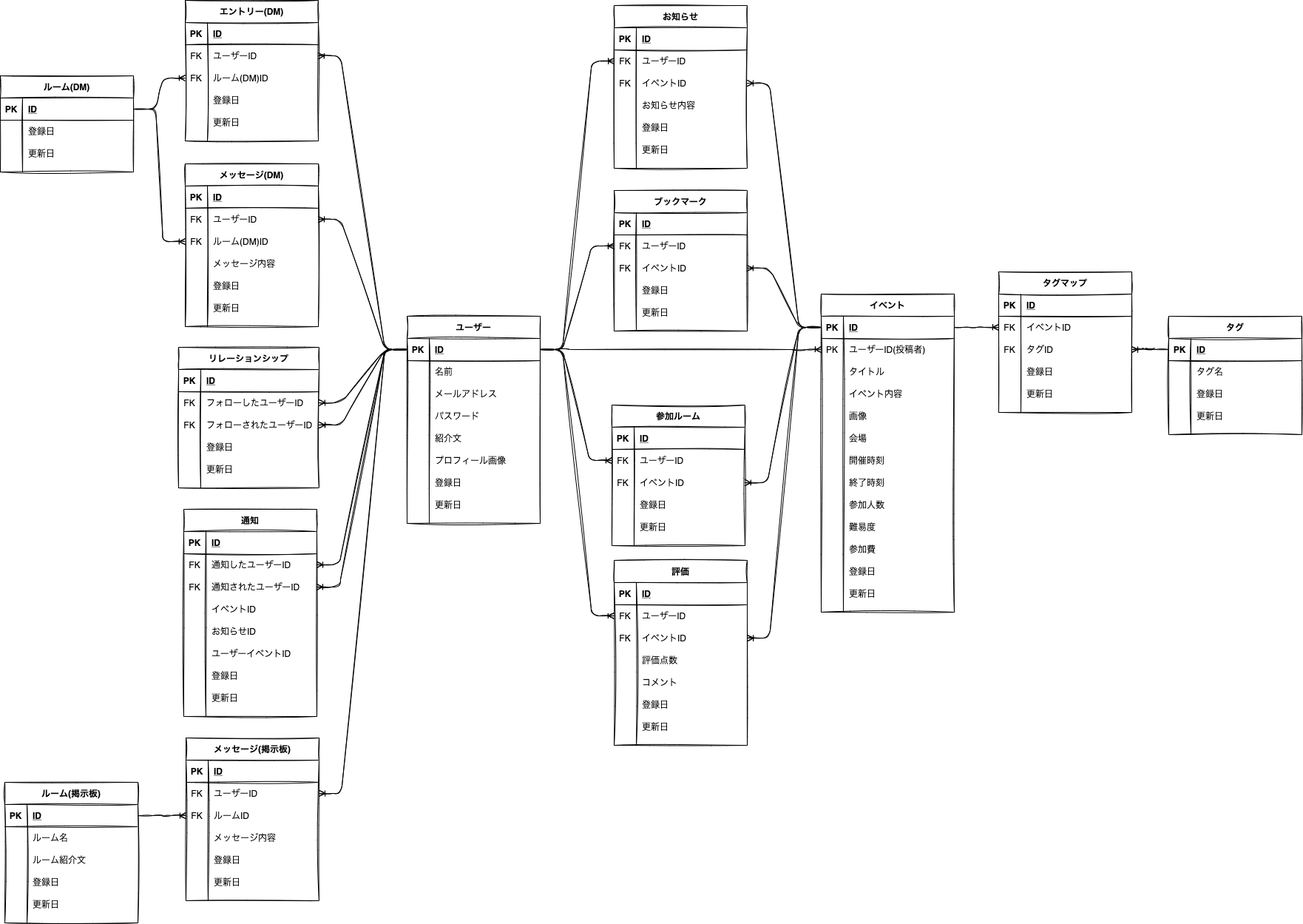
This is erd.png from toshiki-o23/syuwakai, a draw.io export, as it was before one commit. Source tidied: cells renumbered, new cells last; positions are measured from the earlier drawing's top-left corner, leaving out a move shared by most shapes.
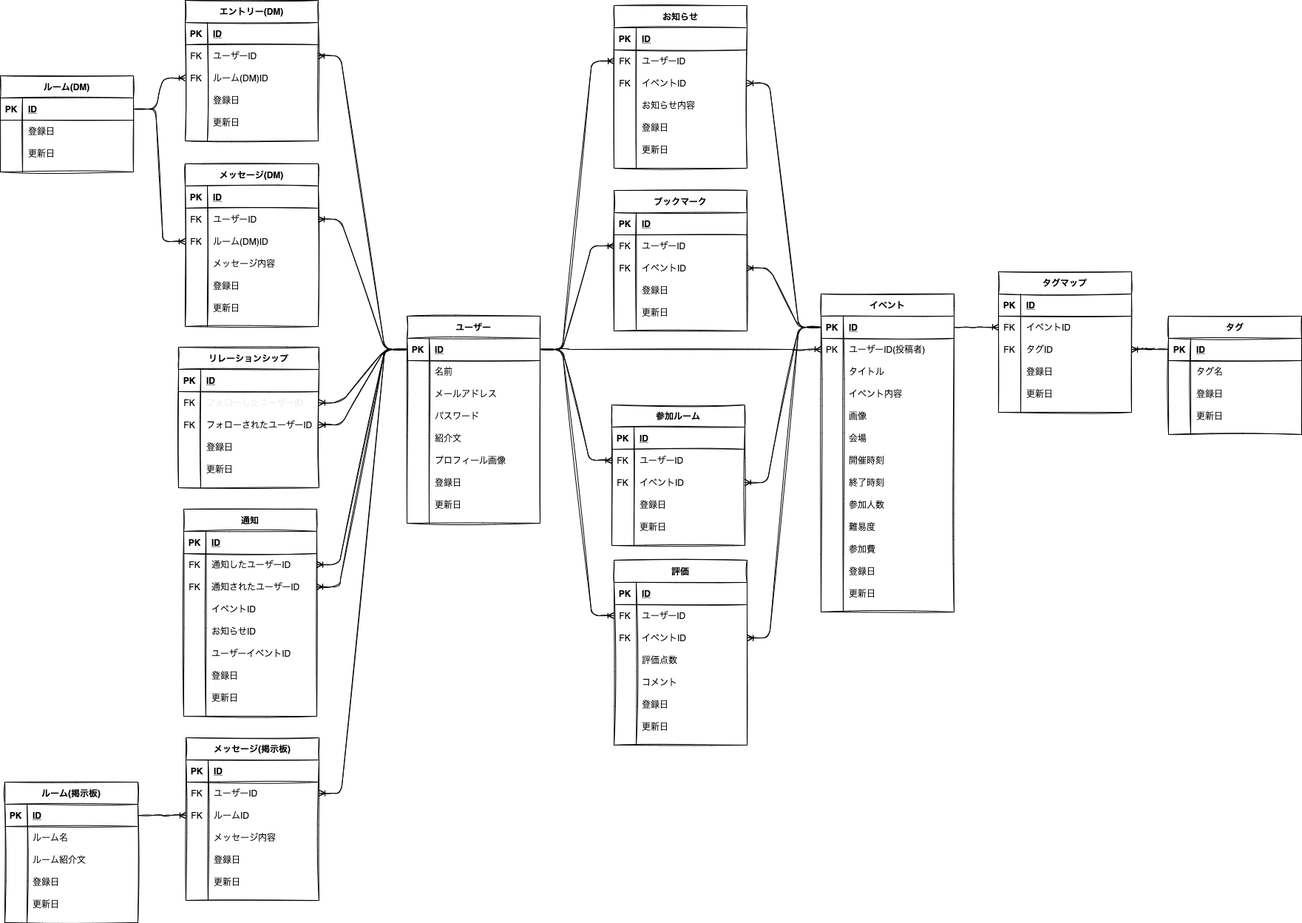
Later version of the same file.

Commit message:
[fix] er図　背景を白に

Change to the diagram source:
```diff
@@ -1,4 +1,4 @@
-<mxGraphModel>
+<mxGraphModel background="#FFFFFF">
   <root>
     <mxCell id="0" />
     <mxCell id="1" parent="0" />
@@ -218,7 +218,7 @@
     <mxCell id="73" value="FK" style="shape=partialRectangle;fillColor=none;top=0;left=0;bottom=0;right=0;overflow=hidden;sketch=1;" parent="72" vertex="1">
       <mxGeometry width="30" height="30" as="geometry" />
     </mxCell>
-    <mxCell id="74" value="フォローしたユーザーID" style="shape=partialRectangle;fillColor=none;top=0;left=0;bottom=0;right=0;align=left;spacingLeft=6;overflow=hidden;sketch=1;" parent="72" vertex="1">
+    <mxCell id="74" value="フォローしたユーザーID" style="shape=partialRectangle;fillColor=none;top=0;left=0;bottom=0;right=0;align=left;spacingLeft=6;overflow=hidden;sketch=1;fontColor=#F0F0F0;" parent="72" vertex="1">
       <mxGeometry x="30" width="160" height="30" as="geometry" />
     </mxCell>
     <mxCell id="75" style="shape=partialRectangle;fillColor=none;top=0;left=0;bottom=0;right=0;points=[[0,0.5],[1,0.5]];portConstraint=eastwest;sketch=1;" parent="68" vertex="1">
```
